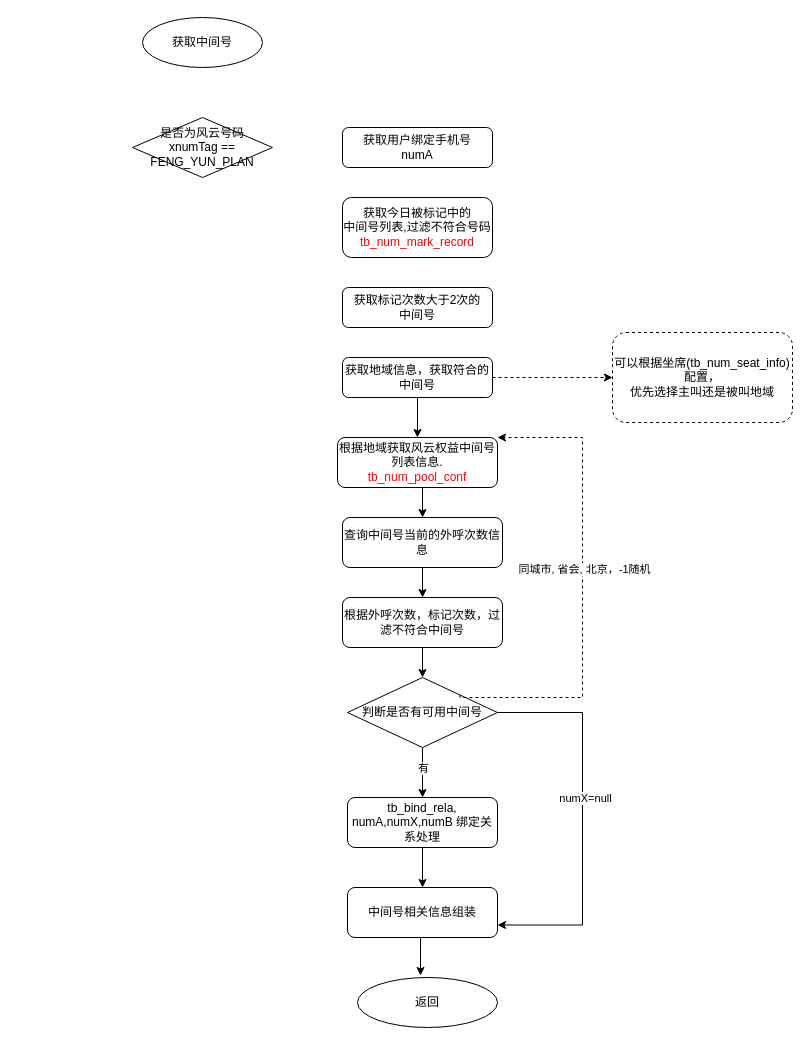
Earlier version of the draw.io diagram page "第 4 页" (4 of 4) of 3汇报.drawio (zhaoxiangchun/myMarkdownImg). Source tidied: cells renumbered, new cells numbered last; positions are measured from the earlier drawing's top-left corner, leaving out a move shared by most shapes. Both pictures are drawn from the tidied source at 100%, with x=0, y=0 at pixel (132, 17).
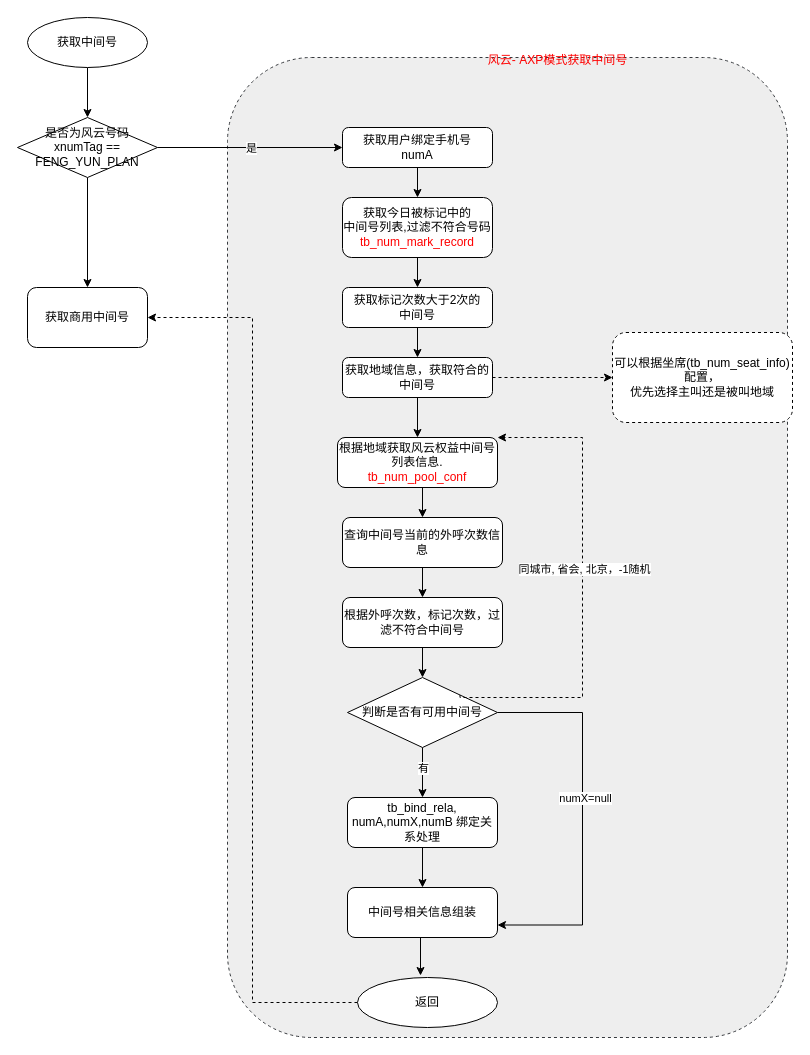
The same page after the edit.

The change refers to these unchanged cells:
```xml
<mxCell id="4" value="获取用户绑定手机号&lt;br&gt;numA" style="rounded=1;whiteSpace=wrap;html=1;" parent="1" vertex="1">
  <mxGeometry x="210" y="110" width="150" height="40" as="geometry" />
</mxCell>
<mxCell id="5" value="获取今日被标记中的&lt;br&gt;中间号列表,过滤不符合号码&lt;br&gt;&lt;font color=&quot;#ff0000&quot;&gt;tb_num_mark_record&lt;/font&gt;" style="rounded=1;whiteSpace=wrap;html=1;" parent="1" vertex="1">
  <mxGeometry x="210" y="180" width="150" height="60" as="geometry" />
</mxCell>
<mxCell id="6" value="获取标记次数大于2次的&lt;br&gt;中间号&lt;br&gt;" style="rounded=1;whiteSpace=wrap;html=1;" parent="1" vertex="1">
  <mxGeometry x="210" y="270" width="150" height="40" as="geometry" />
</mxCell>
<mxCell id="9" value="获取地域信息，获取符合的中间号" style="rounded=1;whiteSpace=wrap;html=1;" parent="1" vertex="1">
  <mxGeometry x="210" y="340" width="150" height="40" as="geometry" />
</mxCell>
<mxCell id="27" value="返回" style="ellipse;whiteSpace=wrap;html=1;" parent="1" vertex="1">
  <mxGeometry x="225" y="960" width="140" height="50" as="geometry" />
</mxCell>
```

The edit, as a diff of the source:
```diff
@@
+    <mxCell id="29" style="rounded=1;whiteSpace=wrap;html=1;dashed=1;fillColor=#eeeeee;strokeColor=#36393d;" parent="1" vertex="1">
+      <mxGeometry x="95" y="40" width="560" height="980" as="geometry" />
+    </mxCell>
+    <mxCell id="30" style="edgeStyle=orthogonalEdgeStyle;rounded=0;jettySize=auto;html=1;exitX=0.5;exitY=1;exitDx=0;exitDy=0;entryX=0.5;entryY=0;entryDx=0;entryDy=0;" parent="1" edge="1" source="2" target="3">
+      <mxGeometry relative="1" as="geometry" />
+    </mxCell>
     <mxCell id="2" value="获取中间号" style="ellipse;whiteSpace=wrap;html=1;" parent="1" vertex="1">
-      <mxGeometry x="10" width="120" height="50" as="geometry" />
+      <mxGeometry x="-105" width="120" height="50" as="geometry" />
     </mxCell>
+    <mxCell id="31" style="edgeStyle=orthogonalEdgeStyle;rounded=0;jettySize=auto;html=1;exitX=1;exitY=0.5;exitDx=0;exitDy=0;entryX=0;entryY=0.5;entryDx=0;entryDy=0;" parent="1" edge="1" source="3" target="4">
+      <mxGeometry relative="1" as="geometry" />
+    </mxCell>
+    <mxCell id="32" value="是" style="edgeLabel;html=1;align=center;verticalAlign=middle;" parent="31" vertex="1">
+      <mxGeometry relative="1" as="geometry" />
+    </mxCell>
+    <mxCell id="33" style="edgeStyle=orthogonalEdgeStyle;rounded=0;jettySize=auto;html=1;exitX=0.5;exitY=1;exitDx=0;exitDy=0;entryX=0.5;entryY=0;entryDx=0;entryDy=0;" parent="1" edge="1" source="3" target="38">
+      <mxGeometry relative="1" as="geometry" />
+    </mxCell>
     <mxCell id="3" value="是否为风云号码&lt;br&gt;xnumTag == FENG_YUN_PLAN&lt;br&gt;" style="rhombus;whiteSpace=wrap;html=1;" parent="1" vertex="1">
-      <mxGeometry y="100" width="140" height="60" as="geometry" />
+      <mxGeometry x="-115" y="100" width="140" height="60" as="geometry" />
     </mxCell>
+    <mxCell id="34" style="edgeStyle=orthogonalEdgeStyle;rounded=0;jettySize=auto;html=1;exitX=0.5;exitY=1;exitDx=0;exitDy=0;entryX=0.5;entryY=0;entryDx=0;entryDy=0;" parent="1" edge="1" source="4" target="5">
+      <mxGeometry relative="1" as="geometry" />
+    </mxCell>
@@
+    <mxCell id="35" style="edgeStyle=orthogonalEdgeStyle;rounded=0;jettySize=auto;html=1;exitX=0.5;exitY=1;exitDx=0;exitDy=0;entryX=0.5;entryY=0;entryDx=0;entryDy=0;" parent="1" edge="1" source="5" target="6">
+      <mxGeometry relative="1" as="geometry" />
+    </mxCell>
@@
+    <mxCell id="36" style="edgeStyle=orthogonalEdgeStyle;rounded=0;jettySize=auto;html=1;exitX=0.5;exitY=1;exitDx=0;exitDy=0;entryX=0.5;entryY=0;entryDx=0;entryDy=0;" parent="1" edge="1" source="6" target="9">
+      <mxGeometry relative="1" as="geometry" />
+    </mxCell>
@@
+    <mxCell id="37" style="edgeStyle=orthogonalEdgeStyle;rounded=0;jettySize=auto;html=1;exitX=0;exitY=0.5;exitDx=0;exitDy=0;entryX=1;entryY=0.5;entryDx=0;entryDy=0;dashed=1;" parent="1" edge="1" source="27" target="38">
+      <mxGeometry relative="1" as="geometry" />
+    </mxCell>
@@
+    <mxCell id="38" value="获取商用中间号" style="rounded=1;whiteSpace=wrap;html=1;" parent="1" vertex="1">
+      <mxGeometry x="-105" y="270" width="120" height="60" as="geometry" />
+    </mxCell>
+    <mxCell id="39" value="&lt;font color=&quot;#ff0000&quot;&gt;风云- AXP模式获取中间号&lt;/font&gt;" style="text;html=1;align=center;verticalAlign=middle;strokeColor=none;fillColor=none;" parent="1" vertex="1">
+      <mxGeometry x="345" y="28" width="160" height="30" as="geometry" />
+    </mxCell>
```
